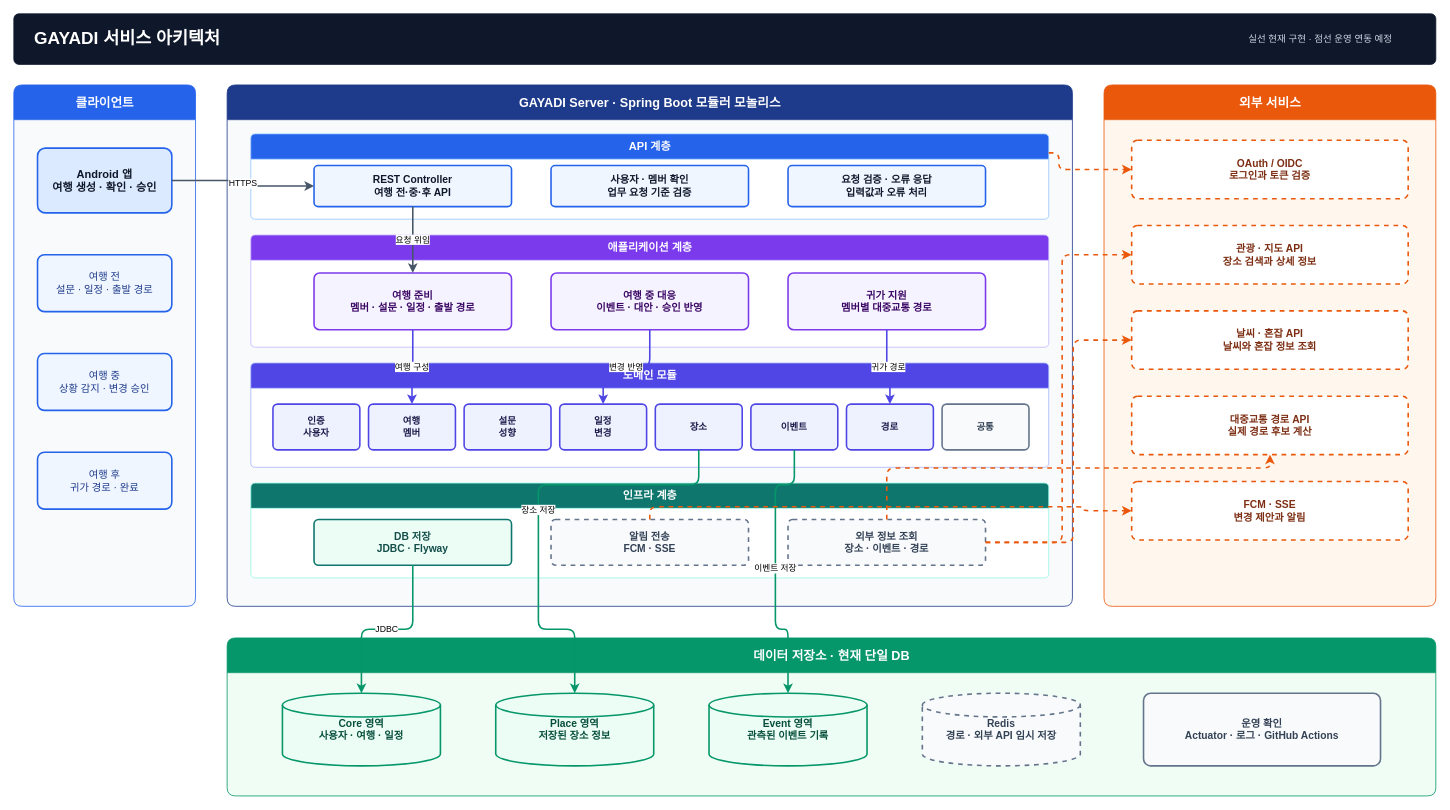
Above: docs/presentation/gayadi-service-architecture.drawio in TEAM-DOONOW/Gayadi-Server (draw.io), before the change. Source tidied: cells renumbered, new cells numbered last; positions are measured from the earlier drawing's top-left corner, leaving out a move shared by most shapes. Both pictures are drawn from the tidied source at 79%, with x=0, y=0 at pixel (13, 13).
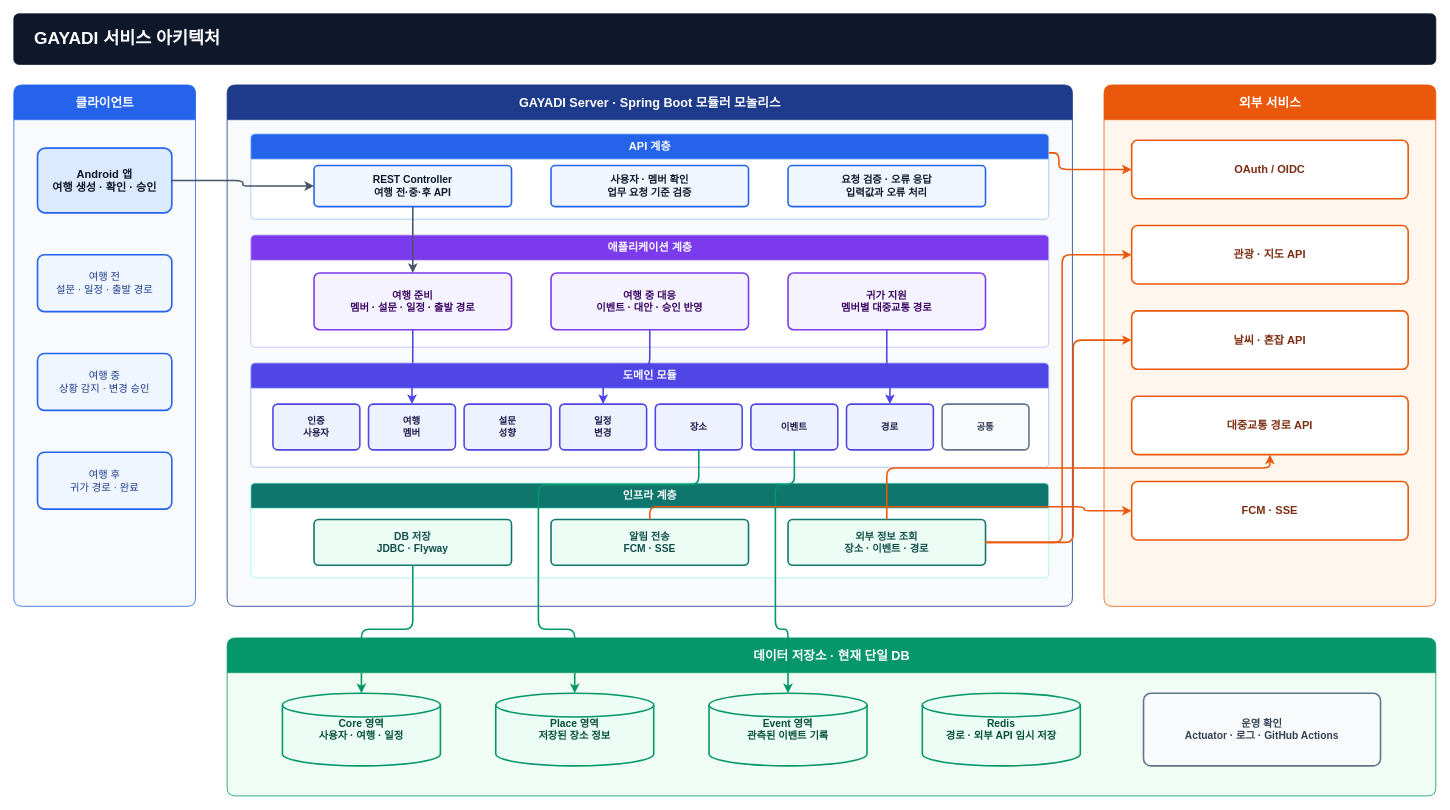
The same page after the edit.

The change refers to these unchanged cells:
```xml
<mxCell id="5" value="Android 앱&#10;여행 생성 · 확인 · 승인" style="rounded=1;whiteSpace=wrap;html=1;fillColor=#DBEAFE;strokeColor=#2563EB;strokeWidth=2;fontColor=#0F172A;fontSize=14;fontStyle=1;arcSize=12;" parent="4" vertex="1">
  <mxGeometry x="30" y="80" width="170" height="82" as="geometry" />
</mxCell>
<mxCell id="9" value="GAYADI Server · Spring Boot 모듈러 모놀리스" style="swimlane;horizontal=1;startSize=44;rounded=1;html=1;fillColor=#1E3A8A;swimlaneFillColor=#F8FAFC;strokeColor=#1E3A8A;fontColor=#FFFFFF;fontStyle=1;fontSize=16;arcSize=8;" parent="1" vertex="1">
  <mxGeometry x="270" y="90" width="1070" height="660" as="geometry" />
</mxCell>
<mxCell id="10" value="API 계층" style="swimlane;horizontal=1;startSize=32;rounded=1;html=1;fillColor=#2563EB;swimlaneFillColor=#FFFFFF;strokeColor=#93C5FD;fontColor=#FFFFFF;fontStyle=1;fontSize=14;arcSize=6;" parent="9" vertex="1">
  <mxGeometry x="30" y="62" width="1010" height="108" as="geometry" />
</mxCell>
<mxCell id="11" value="REST Controller&#10;여행 전·중·후 API" style="rounded=1;whiteSpace=wrap;html=1;fillColor=#EFF6FF;strokeColor=#2563EB;strokeWidth=2;fontColor=#0F172A;fontSize=13;fontStyle=1;arcSize=10;" parent="10" vertex="1">
  <mxGeometry x="80" y="40" width="250" height="52" as="geometry" />
</mxCell>
<mxCell id="15" value="여행 준비&#10;멤버 · 설문 · 일정 · 출발 경로" style="rounded=1;whiteSpace=wrap;html=1;fillColor=#F5F3FF;strokeColor=#7C3AED;strokeWidth=2;fontColor=#3B0764;fontSize=13;fontStyle=1;arcSize=10;" parent="14" vertex="1">
  <mxGeometry x="80" y="48" width="250" height="72" as="geometry" />
</mxCell>
<mxCell id="16" value="여행 중 대응&#10;이벤트 · 대안 · 승인 반영" style="rounded=1;whiteSpace=wrap;html=1;fillColor=#F5F3FF;strokeColor=#7C3AED;strokeWidth=2;fontColor=#3B0764;fontSize=13;fontStyle=1;arcSize=10;" parent="14" vertex="1">
  <mxGeometry x="380" y="48" width="250" height="72" as="geometry" />
</mxCell>
<mxCell id="17" value="귀가 지원&#10;멤버별 대중교통 경로" style="rounded=1;whiteSpace=wrap;html=1;fillColor=#F5F3FF;strokeColor=#7C3AED;strokeWidth=2;fontColor=#3B0764;fontSize=13;fontStyle=1;arcSize=10;" parent="14" vertex="1">
  <mxGeometry x="680" y="48" width="250" height="72" as="geometry" />
</mxCell>
<mxCell id="20" value="여행&#10;멤버" style="rounded=1;whiteSpace=wrap;html=1;fillColor=#EEF2FF;strokeColor=#4F46E5;strokeWidth=2;fontColor=#1E1B4B;fontSize=12;fontStyle=1;arcSize=10;" parent="18" vertex="1">
  <mxGeometry x="149" y="52" width="110" height="58" as="geometry" />
</mxCell>
<mxCell id="22" value="일정&#10;변경" style="rounded=1;whiteSpace=wrap;html=1;fillColor=#EEF2FF;strokeColor=#4F46E5;strokeWidth=2;fontColor=#1E1B4B;fontSize=12;fontStyle=1;arcSize=10;" parent="18" vertex="1">
  <mxGeometry x="391" y="52" width="110" height="58" as="geometry" />
</mxCell>
<mxCell id="23" value="장소" style="rounded=1;whiteSpace=wrap;html=1;fillColor=#EEF2FF;strokeColor=#4F46E5;strokeWidth=2;fontColor=#1E1B4B;fontSize=12;fontStyle=1;arcSize=10;" parent="18" vertex="1">
  <mxGeometry x="512" y="52" width="110" height="58" as="geometry" />
</mxCell>
<mxCell id="24" value="이벤트" style="rounded=1;whiteSpace=wrap;html=1;fillColor=#EEF2FF;strokeColor=#4F46E5;strokeWidth=2;fontColor=#1E1B4B;fontSize=12;fontStyle=1;arcSize=10;" parent="18" vertex="1">
  <mxGeometry x="633" y="52" width="110" height="58" as="geometry" />
</mxCell>
<mxCell id="25" value="경로" style="rounded=1;whiteSpace=wrap;html=1;fillColor=#EEF2FF;strokeColor=#4F46E5;strokeWidth=2;fontColor=#1E1B4B;fontSize=12;fontStyle=1;arcSize=10;" parent="18" vertex="1">
  <mxGeometry x="754" y="52" width="110" height="58" as="geometry" />
</mxCell>
<mxCell id="27" value="인프라 계층" style="swimlane;horizontal=1;startSize=32;rounded=1;html=1;fillColor=#0F766E;swimlaneFillColor=#FFFFFF;strokeColor=#99F6E4;fontColor=#FFFFFF;fontStyle=1;fontSize=14;arcSize=6;" parent="9" vertex="1">
  <mxGeometry x="30" y="504" width="1010" height="120" as="geometry" />
</mxCell>
<mxCell id="28" value="DB 저장&#10;JDBC · Flyway" style="rounded=1;whiteSpace=wrap;html=1;fillColor=#ECFDF5;strokeColor=#0F766E;strokeWidth=2;fontColor=#134E4A;fontSize=13;fontStyle=1;arcSize=10;" parent="27" vertex="1">
  <mxGeometry x="80" y="46" width="250" height="58" as="geometry" />
</mxCell>
<mxCell id="35" value="외부 서비스" style="swimlane;horizontal=1;startSize=44;rounded=1;html=1;fillColor=#EA580C;swimlaneFillColor=#FFF7ED;strokeColor=#EA580C;fontColor=#FFFFFF;fontStyle=1;fontSize=16;arcSize=8;" parent="1" vertex="1">
  <mxGeometry x="1380" y="90" width="420" height="660" as="geometry" />
</mxCell>
<mxCell id="41" value="데이터 저장소 · 현재 단일 DB" style="swimlane;horizontal=1;startSize=44;rounded=1;html=1;fillColor=#059669;swimlaneFillColor=#F0FDF4;strokeColor=#059669;fontColor=#FFFFFF;fontStyle=1;fontSize=16;arcSize=8;" parent="1" vertex="1">
  <mxGeometry x="270" y="790" width="1530" height="200" as="geometry" />
</mxCell>
<mxCell id="42" value="Core 영역&#10;사용자 · 여행 · 일정" style="shape=cylinder3;whiteSpace=wrap;html=1;fillColor=#ECFDF5;strokeColor=#059669;strokeWidth=2;fontColor=#064E3B;fontSize=13;fontStyle=1;" parent="41" vertex="1">
  <mxGeometry x="70" y="70" width="200" height="92" as="geometry" />
</mxCell>
<mxCell id="43" value="Place 영역&#10;저장된 장소 정보" style="shape=cylinder3;whiteSpace=wrap;html=1;fillColor=#ECFDF5;strokeColor=#059669;strokeWidth=2;fontColor=#064E3B;fontSize=13;fontStyle=1;" parent="41" vertex="1">
  <mxGeometry x="340" y="70" width="200" height="92" as="geometry" />
</mxCell>
<mxCell id="44" value="Event 영역&#10;관측된 이벤트 기록" style="shape=cylinder3;whiteSpace=wrap;html=1;fillColor=#ECFDF5;strokeColor=#059669;strokeWidth=2;fontColor=#064E3B;fontSize=13;fontStyle=1;" parent="41" vertex="1">
  <mxGeometry x="610" y="70" width="200" height="92" as="geometry" />
</mxCell>
```

The edit, as a diff of the source:
```diff
@@
-    <mxCell id="3" value="실선  현재 구현   ·   점선  운영 연동 예정" style="text;html=1;strokeColor=none;fillColor=none;fontColor=#CBD5E1;fontSize=12;align=right;verticalAlign=middle;spacingRight=24;" parent="1" vertex="1">
-      <mxGeometry x="1390" y="16" width="380" height="32" as="geometry" />
-    </mxCell>
@@
-    <mxCell id="29" value="알림 전송&#10;FCM · SSE" style="rounded=1;whiteSpace=wrap;html=1;fillColor=#F8FAFC;strokeColor=#64748B;strokeWidth=2;dashed=1;fontColor=#334155;fontSize=13;fontStyle=1;arcSize=10;" parent="27" vertex="1">
+    <mxCell id="29" value="알림 전송&#10;FCM · SSE" style="rounded=1;whiteSpace=wrap;html=1;fillColor=#ECFDF5;strokeColor=#0F766E;strokeWidth=2;fontColor=#134E4A;fontSize=13;fontStyle=1;arcSize=10;" parent="27" vertex="1">
       <mxGeometry x="380" y="46" width="250" height="58" as="geometry" />
     </mxCell>
-    <mxCell id="30" value="외부 정보 조회&#10;장소 · 이벤트 · 경로" style="rounded=1;whiteSpace=wrap;html=1;fillColor=#F8FAFC;strokeColor=#64748B;strokeWidth=2;dashed=1;fontColor=#334155;fontSize=13;fontStyle=1;arcSize=10;" parent="27" vertex="1">
+    <mxCell id="30" value="외부 정보 조회&#10;장소 · 이벤트 · 경로" style="rounded=1;whiteSpace=wrap;html=1;fillColor=#ECFDF5;strokeColor=#0F766E;strokeWidth=2;fontColor=#134E4A;fontSize=13;fontStyle=1;arcSize=10;" parent="27" vertex="1">
       <mxGeometry x="680" y="46" width="250" height="58" as="geometry" />
     </mxCell>
-    <mxCell id="31" value="요청 위임" style="edgeStyle=orthogonalEdgeStyle;rounded=1;html=1;strokeWidth=2;strokeColor=#475569;endArrow=classic;labelBackgroundColor=#FFFFFF;curved=0;" parent="9" edge="1" source="11" target="15">
+    <mxCell id="31" style="edgeStyle=orthogonalEdgeStyle;rounded=1;html=1;strokeWidth=2;strokeColor=#475569;endArrow=classic;curved=0;" parent="9" edge="1" source="11" target="15">
       <mxGeometry relative="1" as="geometry" />
     </mxCell>
-    <mxCell id="32" value="여행 구성" style="edgeStyle=orthogonalEdgeStyle;rounded=1;html=1;strokeWidth=2;strokeColor=#4F46E5;endArrow=classic;labelBackgroundColor=#FFFFFF;curved=0;" parent="9" edge="1" source="15" target="20">
+    <mxCell id="32" style="edgeStyle=orthogonalEdgeStyle;rounded=1;html=1;strokeWidth=2;strokeColor=#4F46E5;endArrow=classic;curved=0;" parent="9" edge="1" source="15" target="20">
       <mxGeometry relative="1" as="geometry">
         <Array as="points">
           <mxPoint x="235" y="357" />
           <mxPoint x="234" y="357" />
         </Array>
       </mxGeometry>
     </mxCell>
-    <mxCell id="33" value="변경 반영" style="edgeStyle=orthogonalEdgeStyle;rounded=1;html=1;strokeWidth=2;strokeColor=#4F46E5;endArrow=classic;labelBackgroundColor=#FFFFFF;curved=0;" parent="9" edge="1" source="16" target="22">
+    <mxCell id="33" style="edgeStyle=orthogonalEdgeStyle;rounded=1;html=1;strokeWidth=2;strokeColor=#4F46E5;endArrow=classic;curved=0;" parent="9" edge="1" source="16" target="22">
       <mxGeometry relative="1" as="geometry">
         <Array as="points">
           <mxPoint x="535" y="357" />
           <mxPoint x="476" y="357" />
         </Array>
       </mxGeometry>
     </mxCell>
-    <mxCell id="34" value="귀가 경로" style="edgeStyle=orthogonalEdgeStyle;rounded=1;html=1;strokeWidth=2;strokeColor=#4F46E5;endArrow=classic;labelBackgroundColor=#FFFFFF;curved=0;" parent="9" edge="1" source="17" target="25">
+    <mxCell id="34" style="edgeStyle=orthogonalEdgeStyle;rounded=1;html=1;strokeWidth=2;strokeColor=#4F46E5;endArrow=classic;curved=0;" parent="9" edge="1" source="17" target="25">
       <mxGeometry relative="1" as="geometry">
         <Array as="points">
           <mxPoint x="835" y="357" />
           <mxPoint x="839" y="357" />
         </Array>
       </mxGeometry>
     </mxCell>
@@
-    <mxCell id="36" value="OAuth / OIDC&#10;로그인과 토큰 검증" style="rounded=1;whiteSpace=wrap;html=1;fillColor=#FFFFFF;strokeColor=#EA580C;strokeWidth=2;dashed=1;fontColor=#7C2D12;fontSize=13;fontStyle=1;arcSize=10;" parent="35" vertex="1">
+    <mxCell id="36" value="OAuth / OIDC" style="rounded=1;whiteSpace=wrap;html=1;fillColor=#FFFFFF;strokeColor=#EA580C;strokeWidth=2;fontColor=#7C2D12;fontSize=14;fontStyle=1;arcSize=10;" parent="35" vertex="1">
       <mxGeometry x="35" y="70" width="350" height="74" as="geometry" />
     </mxCell>
-    <mxCell id="37" value="관광 · 지도 API&#10;장소 검색과 상세 정보" style="rounded=1;whiteSpace=wrap;html=1;fillColor=#FFFFFF;strokeColor=#EA580C;strokeWidth=2;dashed=1;fontColor=#7C2D12;fontSize=13;fontStyle=1;arcSize=10;" parent="35" vertex="1">
+    <mxCell id="37" value="관광 · 지도 API" style="rounded=1;whiteSpace=wrap;html=1;fillColor=#FFFFFF;strokeColor=#EA580C;strokeWidth=2;fontColor=#7C2D12;fontSize=14;fontStyle=1;arcSize=10;" parent="35" vertex="1">
       <mxGeometry x="35" y="178" width="350" height="74" as="geometry" />
     </mxCell>
-    <mxCell id="38" value="날씨 · 혼잡 API&#10;날씨와 혼잡 정보 조회" style="rounded=1;whiteSpace=wrap;html=1;fillColor=#FFFFFF;strokeColor=#EA580C;strokeWidth=2;dashed=1;fontColor=#7C2D12;fontSize=13;fontStyle=1;arcSize=10;" parent="35" vertex="1">
+    <mxCell id="38" value="날씨 · 혼잡 API" style="rounded=1;whiteSpace=wrap;html=1;fillColor=#FFFFFF;strokeColor=#EA580C;strokeWidth=2;fontColor=#7C2D12;fontSize=14;fontStyle=1;arcSize=10;" parent="35" vertex="1">
       <mxGeometry x="35" y="286" width="350" height="74" as="geometry" />
     </mxCell>
-    <mxCell id="39" value="대중교통 경로 API&#10;실제 경로 후보 계산" style="rounded=1;whiteSpace=wrap;html=1;fillColor=#FFFFFF;strokeColor=#EA580C;strokeWidth=2;dashed=1;fontColor=#7C2D12;fontSize=13;fontStyle=1;arcSize=10;" parent="35" vertex="1">
+    <mxCell id="39" value="대중교통 경로 API" style="rounded=1;whiteSpace=wrap;html=1;fillColor=#FFFFFF;strokeColor=#EA580C;strokeWidth=2;fontColor=#7C2D12;fontSize=14;fontStyle=1;arcSize=10;" parent="35" vertex="1">
       <mxGeometry x="35" y="394" width="350" height="74" as="geometry" />
     </mxCell>
-    <mxCell id="40" value="FCM · SSE&#10;변경 제안과 알림" style="rounded=1;whiteSpace=wrap;html=1;fillColor=#FFFFFF;strokeColor=#EA580C;strokeWidth=2;dashed=1;fontColor=#7C2D12;fontSize=13;fontStyle=1;arcSize=10;" parent="35" vertex="1">
+    <mxCell id="40" value="FCM · SSE" style="rounded=1;whiteSpace=wrap;html=1;fillColor=#FFFFFF;strokeColor=#EA580C;strokeWidth=2;fontColor=#7C2D12;fontSize=14;fontStyle=1;arcSize=10;" parent="35" vertex="1">
       <mxGeometry x="35" y="502" width="350" height="74" as="geometry" />
     </mxCell>
@@
-    <mxCell id="45" value="Redis&#10;경로 · 외부 API 임시 저장" style="shape=cylinder3;whiteSpace=wrap;html=1;fillColor=#F8FAFC;strokeColor=#64748B;strokeWidth=2;dashed=1;fontColor=#334155;fontSize=13;fontStyle=1;" parent="41" vertex="1">
+    <mxCell id="45" value="Redis&#10;경로 · 외부 API 임시 저장" style="shape=cylinder3;whiteSpace=wrap;html=1;fillColor=#ECFDF5;strokeColor=#059669;strokeWidth=2;fontColor=#064E3B;fontSize=13;fontStyle=1;" parent="41" vertex="1">
       <mxGeometry x="880" y="70" width="200" height="92" as="geometry" />
     </mxCell>
@@
-    <mxCell id="47" value="HTTPS" style="edgeStyle=orthogonalEdgeStyle;rounded=1;html=1;strokeWidth=2;strokeColor=#475569;endArrow=classic;labelBackgroundColor=#FFFFFF;curved=0;" parent="1" edge="1" source="5" target="11">
+    <mxCell id="47" style="edgeStyle=orthogonalEdgeStyle;rounded=1;html=1;strokeWidth=2;strokeColor=#475569;endArrow=classic;curved=0;" parent="1" edge="1" source="5" target="11">
       <mxGeometry relative="1" as="geometry">
         <Array as="points">
           <mxPoint x="290" y="211" />
           <mxPoint x="290" y="218" />
         </Array>
       </mxGeometry>
     </mxCell>
-    <mxCell id="48" value="JDBC" style="edgeStyle=orthogonalEdgeStyle;rounded=1;html=1;strokeWidth=2;strokeColor=#059669;endArrow=classic;labelBackgroundColor=#FFFFFF;curved=0;" parent="1" edge="1" source="28" target="42">
+    <mxCell id="48" style="edgeStyle=orthogonalEdgeStyle;rounded=1;html=1;strokeWidth=2;strokeColor=#059669;endArrow=classic;curved=0;" parent="1" edge="1" source="28" target="42">
       <mxGeometry relative="1" as="geometry">
         <Array as="points">
           <mxPoint x="505" y="779" />
           <mxPoint x="440" y="779" />
         </Array>
       </mxGeometry>
     </mxCell>
-    <mxCell id="49" value="장소 저장" style="edgeStyle=orthogonalEdgeStyle;rounded=1;html=1;strokeWidth=2;strokeColor=#059669;endArrow=classic;labelBackgroundColor=#FFFFFF;curved=0;" parent="1" edge="1" source="23" target="43">
+    <mxCell id="49" style="edgeStyle=orthogonalEdgeStyle;rounded=1;html=1;strokeWidth=2;strokeColor=#059669;endArrow=classic;curved=0;" parent="1" edge="1" source="23" target="43">
       <mxGeometry relative="1" as="geometry">
         <Array as="points">
           <mxPoint x="867" y="596" />
           <mxPoint x="664" y="596" />
           <mxPoint x="664" y="779" />
           <mxPoint x="710" y="779" />
         </Array>
       </mxGeometry>
     </mxCell>
-    <mxCell id="50" value="이벤트 저장" style="edgeStyle=orthogonalEdgeStyle;rounded=1;html=1;strokeWidth=2;strokeColor=#059669;endArrow=classic;labelBackgroundColor=#FFFFFF;curved=0;" parent="1" edge="1" source="24" target="44">
+    <mxCell id="50" style="edgeStyle=orthogonalEdgeStyle;rounded=1;html=1;strokeWidth=2;strokeColor=#059669;endArrow=classic;curved=0;" parent="1" edge="1" source="24" target="44">
       <mxGeometry relative="1" as="geometry">
         <Array as="points">
           <mxPoint x="988" y="596" />
           <mxPoint x="964" y="596" />
           <mxPoint x="964" y="779" />
           <mxPoint x="980" y="779" />
         </Array>
       </mxGeometry>
     </mxCell>
-    <mxCell id="51" style="edgeStyle=orthogonalEdgeStyle;rounded=1;html=1;strokeWidth=2;dashed=1;strokeColor=#EA580C;endArrow=classic;labelBackgroundColor=#FFFFFF;curved=0;" parent="1" edge="1" source="10" target="36">
+    <mxCell id="51" style="edgeStyle=orthogonalEdgeStyle;rounded=1;html=1;strokeWidth=2;strokeColor=#EA580C;endArrow=classic;curved=0;" parent="1" edge="1" source="10" target="36">
       <mxGeometry relative="1" as="geometry">
         <Array as="points">
           <mxPoint x="805" y="176" />
           <mxPoint x="1323" y="176" />
           <mxPoint x="1323" y="197" />
         </Array>
       </mxGeometry>
     </mxCell>
-    <mxCell id="52" style="edgeStyle=orthogonalEdgeStyle;rounded=1;html=1;strokeWidth=2;dashed=1;strokeColor=#EA580C;endArrow=classic;labelBackgroundColor=#FFFFFF;curved=0;" parent="1" edge="1" source="30" target="37">
+    <mxCell id="52" style="edgeStyle=orthogonalEdgeStyle;rounded=1;html=1;strokeWidth=2;strokeColor=#EA580C;endArrow=classic;curved=0;" parent="1" edge="1" source="30" target="37">
       <mxGeometry relative="1" as="geometry">
         <Array as="points">
           <mxPoint x="1327" y="669" />
           <mxPoint x="1327" y="305" />
         </Array>
       </mxGeometry>
     </mxCell>
-    <mxCell id="53" style="edgeStyle=orthogonalEdgeStyle;rounded=1;html=1;strokeWidth=2;dashed=1;strokeColor=#EA580C;endArrow=classic;labelBackgroundColor=#FFFFFF;curved=0;" parent="1" edge="1" source="30" target="38">
+    <mxCell id="53" style="edgeStyle=orthogonalEdgeStyle;rounded=1;html=1;strokeWidth=2;strokeColor=#EA580C;endArrow=classic;curved=0;" parent="1" edge="1" source="30" target="38">
       <mxGeometry relative="1" as="geometry">
         <Array as="points">
           <mxPoint x="1341" y="669" />
           <mxPoint x="1341" y="413" />
         </Array>
       </mxGeometry>
     </mxCell>
-    <mxCell id="54" style="edgeStyle=orthogonalEdgeStyle;rounded=1;html=1;strokeWidth=2;dashed=1;strokeColor=#EA580C;endArrow=classic;labelBackgroundColor=#FFFFFF;curved=0;" parent="1" edge="1" source="30" target="39">
+    <mxCell id="54" style="edgeStyle=orthogonalEdgeStyle;rounded=1;html=1;strokeWidth=2;strokeColor=#EA580C;endArrow=classic;curved=0;" parent="1" edge="1" source="30" target="39">
       <mxGeometry relative="1" as="geometry">
         <Array as="points">
           <mxPoint x="1105" y="575" />
           <mxPoint x="1590" y="575" />
         </Array>
       </mxGeometry>
     </mxCell>
-    <mxCell id="55" style="edgeStyle=orthogonalEdgeStyle;rounded=1;html=1;strokeWidth=2;dashed=1;strokeColor=#EA580C;endArrow=classic;labelBackgroundColor=#FFFFFF;curved=0;" parent="1" edge="1" source="29" target="40">
+    <mxCell id="55" style="edgeStyle=orthogonalEdgeStyle;rounded=1;html=1;strokeWidth=2;strokeColor=#EA580C;endArrow=classic;curved=0;" parent="1" edge="1" source="29" target="40">
       <mxGeometry relative="1" as="geometry">
         <Array as="points">
           <mxPoint x="805" y="624" />
           <mxPoint x="1355" y="624" />
           <mxPoint x="1355" y="629" />
         </Array>
       </mxGeometry>
     </mxCell>
```
